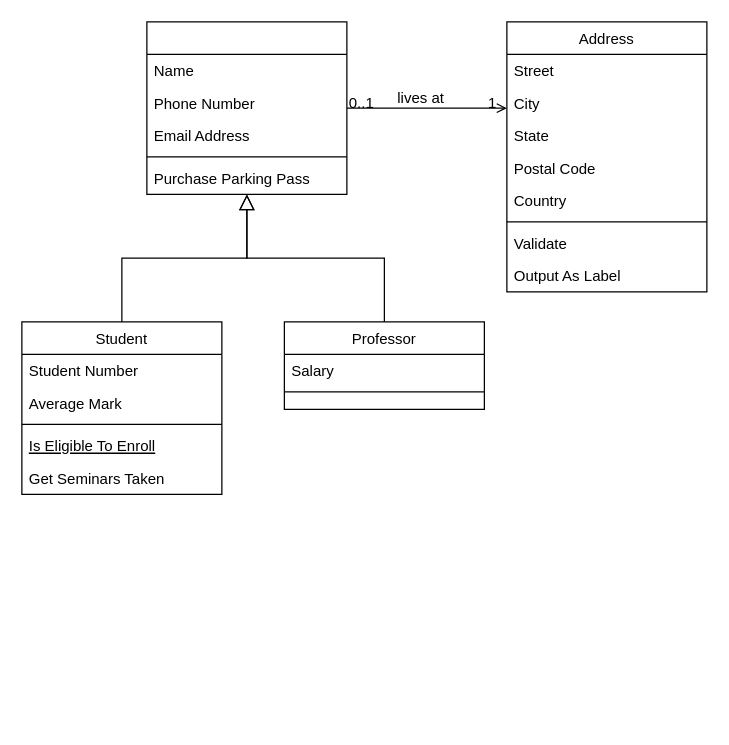
This is Untitled Diagram.drawio from albabernal03/trabajo-grupal-1-EDA, a draw.io file, before an edit. Source tidied: cells renumbered, new cells numbered last; positions are measured from the earlier drawing's top-left corner, leaving out a move shared by most shapes. Both pictures are drawn from the tidied source at 125%, with x=0, y=0 at pixel (21, 21).
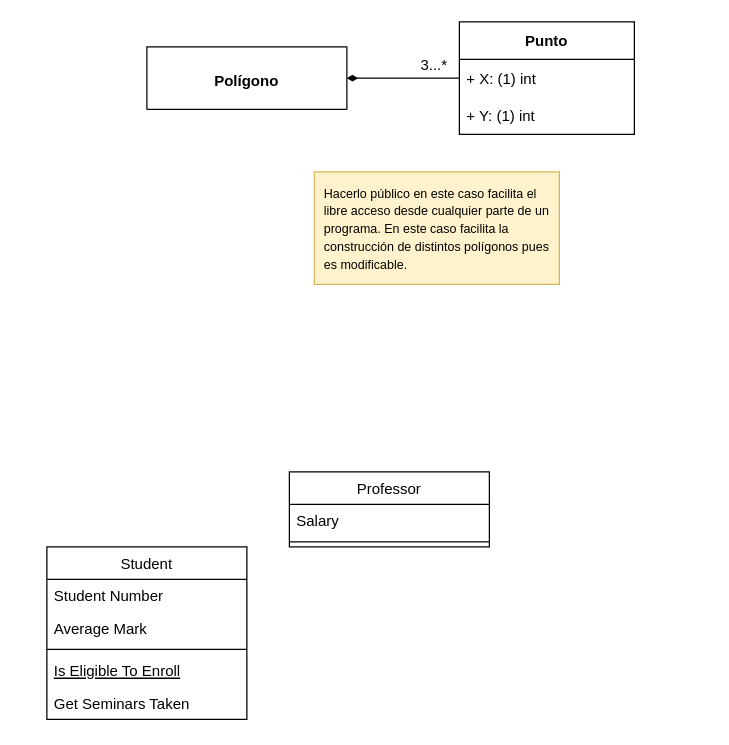
The same diagram, later.

Change to the diagram source:
```diff
@@
-    <mxCell id="2" style="swimlane;fontStyle=2;align=center;verticalAlign=top;horizontal=1;startSize=26;rounded=0;shadow=0;strokeWidth=1;" parent="1" vertex="1">
-      <mxGeometry x="100" width="160" height="138" as="geometry" />
+    <mxCell id="2" value="&#10;Polígono" style="swimlane;fontStyle=1;align=center;verticalAlign=top;horizontal=1;startSize=50;rounded=0;shadow=0;strokeWidth=1;" parent="1" vertex="1">
+      <mxGeometry x="100" y="20" width="160" height="50" as="geometry" />
     </mxCell>
-    <mxCell id="3" value="Name" style="text;align=left;verticalAlign=top;spacingLeft=4;spacingRight=4;overflow=hidden;" parent="2" vertex="1">
-      <mxGeometry y="26" width="160" height="26" as="geometry" />
-    </mxCell>
-    <mxCell id="4" value="Phone Number" style="text;align=left;verticalAlign=top;spacingLeft=4;spacingRight=4;overflow=hidden;rounded=0;shadow=0;html=0;" parent="2" vertex="1">
-      <mxGeometry y="52" width="160" height="26" as="geometry" />
-    </mxCell>
-    <mxCell id="5" value="Email Address" style="text;align=left;verticalAlign=top;spacingLeft=4;spacingRight=4;overflow=hidden;rounded=0;shadow=0;html=0;" parent="2" vertex="1">
-      <mxGeometry y="78" width="160" height="26" as="geometry" />
-    </mxCell>
-    <mxCell id="6" style="line;html=1;strokeWidth=1;align=left;verticalAlign=middle;spacingTop=-1;spacingLeft=3;spacingRight=3;labelPosition=right;" parent="2" vertex="1">
-      <mxGeometry y="104" width="160" height="8" as="geometry" />
-    </mxCell>
-    <mxCell id="7" value="Purchase Parking Pass" style="text;align=left;verticalAlign=top;spacingLeft=4;spacingRight=4;overflow=hidden;" parent="2" vertex="1">
-      <mxGeometry y="112" width="160" height="26" as="geometry" />
-    </mxCell>
     <mxCell id="8" value="Student" style="swimlane;fontStyle=0;align=center;verticalAlign=top;horizontal=1;startSize=26;rounded=0;shadow=0;strokeWidth=1;" parent="1" vertex="1">
-      <mxGeometry y="240" width="160" height="138" as="geometry" />
+      <mxGeometry x="20" y="420" width="160" height="138" as="geometry" />
     </mxCell>
@@
-    <mxCell id="14" style="endArrow=block;endSize=10;endFill=0;shadow=0;strokeWidth=1;rounded=0;edgeStyle=elbowEdgeStyle;elbow=vertical;" parent="1" edge="1" source="8" target="2">
-      <mxGeometry relative="1" as="geometry" />
-    </mxCell>
     <mxCell id="15" value="Professor" style="swimlane;fontStyle=0;align=center;verticalAlign=top;horizontal=1;startSize=26;rounded=0;shadow=0;strokeWidth=1;" parent="1" vertex="1">
-      <mxGeometry x="210" y="240" width="160" height="70" as="geometry" />
+      <mxGeometry x="214" y="360" width="160" height="60" as="geometry" />
     </mxCell>
@@
-    <mxCell id="18" style="endArrow=block;endSize=10;endFill=0;shadow=0;strokeWidth=1;rounded=0;edgeStyle=elbowEdgeStyle;elbow=vertical;" parent="1" edge="1" source="15" target="2">
-      <mxGeometry relative="1" as="geometry" />
-    </mxCell>
-    <mxCell id="19" value="Address" style="swimlane;fontStyle=0;align=center;verticalAlign=top;horizontal=1;startSize=26;rounded=0;shadow=0;strokeWidth=1;" parent="1" vertex="1">
-      <mxGeometry x="388" width="160" height="216" as="geometry" />
-    </mxCell>
-    <mxCell id="20" value="Street" style="text;align=left;verticalAlign=top;spacingLeft=4;spacingRight=4;overflow=hidden;" parent="19" vertex="1">
-      <mxGeometry y="26" width="160" height="26" as="geometry" />
-    </mxCell>
-    <mxCell id="21" value="City" style="text;align=left;verticalAlign=top;spacingLeft=4;spacingRight=4;overflow=hidden;rounded=0;shadow=0;html=0;" parent="19" vertex="1">
-      <mxGeometry y="52" width="160" height="26" as="geometry" />
-    </mxCell>
-    <mxCell id="22" value="State" style="text;align=left;verticalAlign=top;spacingLeft=4;spacingRight=4;overflow=hidden;rounded=0;shadow=0;html=0;" parent="19" vertex="1">
-      <mxGeometry y="78" width="160" height="26" as="geometry" />
-    </mxCell>
-    <mxCell id="23" value="Postal Code" style="text;align=left;verticalAlign=top;spacingLeft=4;spacingRight=4;overflow=hidden;rounded=0;shadow=0;html=0;" parent="19" vertex="1">
-      <mxGeometry y="104" width="160" height="26" as="geometry" />
-    </mxCell>
-    <mxCell id="24" value="Country" style="text;align=left;verticalAlign=top;spacingLeft=4;spacingRight=4;overflow=hidden;rounded=0;shadow=0;html=0;" parent="19" vertex="1">
-      <mxGeometry y="130" width="160" height="26" as="geometry" />
-    </mxCell>
-    <mxCell id="25" style="line;html=1;strokeWidth=1;align=left;verticalAlign=middle;spacingTop=-1;spacingLeft=3;spacingRight=3;labelPosition=right;" parent="19" vertex="1">
-      <mxGeometry y="156" width="160" height="8" as="geometry" />
-    </mxCell>
-    <mxCell id="26" value="Validate" style="text;align=left;verticalAlign=top;spacingLeft=4;spacingRight=4;overflow=hidden;" parent="19" vertex="1">
-      <mxGeometry y="164" width="160" height="26" as="geometry" />
-    </mxCell>
-    <mxCell id="27" value="Output As Label" style="text;align=left;verticalAlign=top;spacingLeft=4;spacingRight=4;overflow=hidden;" parent="19" vertex="1">
-      <mxGeometry y="190" width="160" height="26" as="geometry" />
-    </mxCell>
-    <mxCell id="28" style="endArrow=open;shadow=0;strokeWidth=1;rounded=0;endFill=1;edgeStyle=elbowEdgeStyle;elbow=vertical;" parent="1" edge="1" source="2" target="19">
-      <mxGeometry x="0.5" y="41" relative="1" as="geometry">
-        <mxPoint x="-40" y="32" as="offset" />
-      </mxGeometry>
-    </mxCell>
-    <mxCell id="29" value="0..1" style="align=left;verticalAlign=bottom;labelBackgroundColor=none;fontSize=12;" parent="28" vertex="1">
-      <mxGeometry x="-1" relative="1" as="geometry">
-        <mxPoint y="4" as="offset" />
-      </mxGeometry>
-    </mxCell>
-    <mxCell id="30" value="1" style="align=right;verticalAlign=bottom;labelBackgroundColor=none;fontSize=12;" parent="28" vertex="1">
-      <mxGeometry x="1" relative="1" as="geometry">
-        <mxPoint x="-7" y="4" as="offset" />
-      </mxGeometry>
-    </mxCell>
-    <mxCell id="31" value="lives at" style="text;html=1;align=center;verticalAlign=middle;labelBackgroundColor=none;rounded=0;shadow=0;strokeWidth=1;fontSize=12;" parent="28" vertex="1">
-      <mxGeometry x="0.5" y="49" relative="1" as="geometry">
-        <mxPoint x="-38" y="40" as="offset" />
-      </mxGeometry>
-    </mxCell>
+    <mxCell id="32" value="Punto" style="swimlane;fontStyle=1;horizontal=1;startSize=30;" parent="1" vertex="1">
+      <mxGeometry x="350" width="140" height="90" as="geometry" />
+    </mxCell>
+    <mxCell id="33" value="+ X: (1) int" style="text;strokeColor=none;fillColor=none;align=left;verticalAlign=middle;spacingLeft=4;spacingRight=4;overflow=hidden;points=[[0,0.5],[1,0.5]];portConstraint=eastwest;" parent="32" vertex="1">
+      <mxGeometry y="30" width="140" height="30" as="geometry" />
+    </mxCell>
+    <mxCell id="34" value="+ Y: (1) int" style="text;strokeColor=none;fillColor=none;align=left;verticalAlign=middle;spacingLeft=4;spacingRight=4;overflow=hidden;" parent="32" vertex="1">
+      <mxGeometry y="60" width="140" height="30" as="geometry" />
+    </mxCell>
+    <mxCell id="35" style="edgeStyle=orthogonalEdgeStyle;rounded=0;jettySize=auto;html=1;exitX=0;exitY=0.5;exitDx=0;exitDy=0;entryX=1;entryY=0.5;entryDx=0;entryDy=0;endArrow=diamondThin;endFill=1;" parent="1" edge="1" source="33" target="2">
+      <mxGeometry relative="1" as="geometry" />
+    </mxCell>
+    <mxCell id="36" value="3...*" style="text;html=1;strokeColor=none;fillColor=none;align=center;verticalAlign=middle;whiteSpace=wrap;rounded=0;" parent="1" vertex="1">
+      <mxGeometry x="300" y="20" width="60" height="30" as="geometry" />
+    </mxCell>
+    <mxCell id="37" style="rounded=0;whiteSpace=wrap;html=1;fillColor=#fff2cc;strokeColor=#d6b656;" parent="1" vertex="1">
+      <mxGeometry x="234" y="120" width="196" height="90" as="geometry" />
+    </mxCell>
+    <mxCell id="38" value="&lt;font style=&quot;font-size: 10px&quot;&gt;Hacerlo público en este caso facilita el libre acceso desde cualquier parte de un programa. En este caso facilita la construcción de distintos polígonos pues es modificable.&lt;/font&gt;" style="text;html=1;strokeColor=none;fillColor=none;align=left;verticalAlign=middle;whiteSpace=wrap;rounded=0;" parent="1" vertex="1">
+      <mxGeometry x="240" y="125" width="190" height="80" as="geometry" />
+    </mxCell>
```
